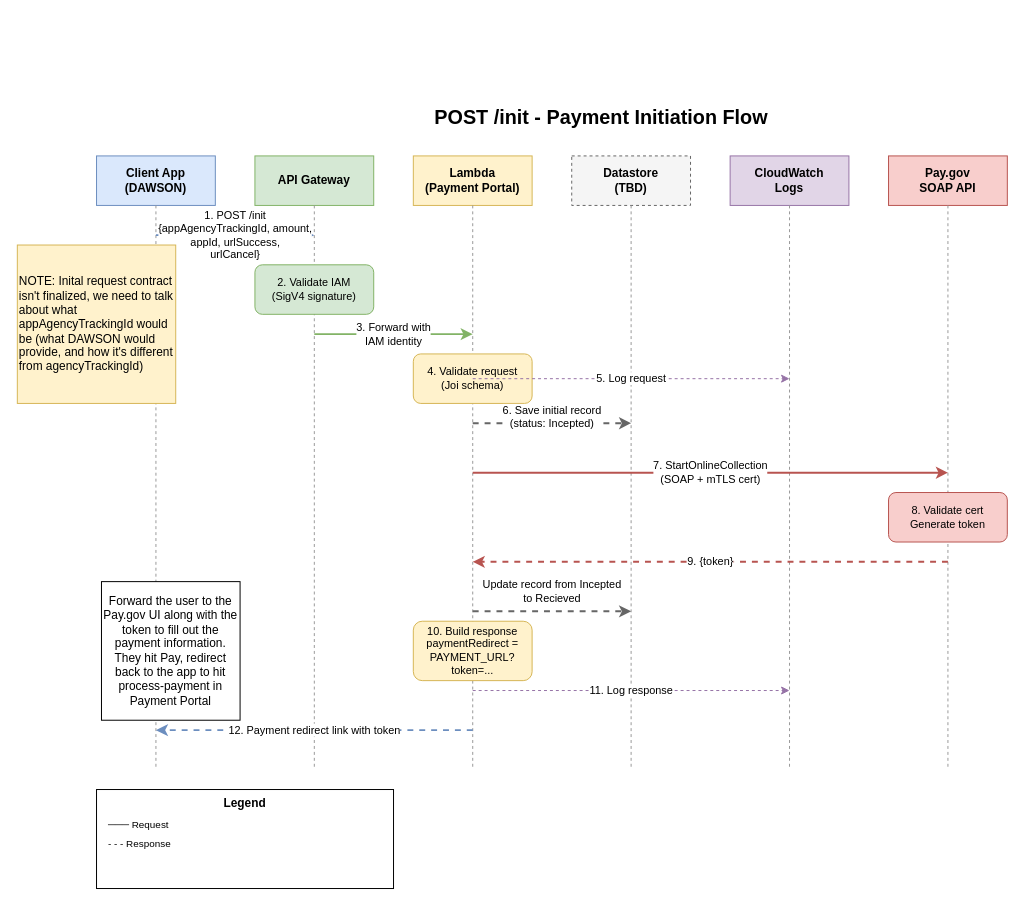
This is docs/diagrams/init-payment-flow.drawio from ustaxcourt/ustc-payment-portal, a draw.io file, before an edit. Source tidied: cells renumbered, new cells numbered last; positions are measured from the earlier drawing's top-left corner, leaving out a move shared by most shapes. Both pictures are drawn from the tidied source at 99%, with x=0, y=0 at pixel (17, 96).
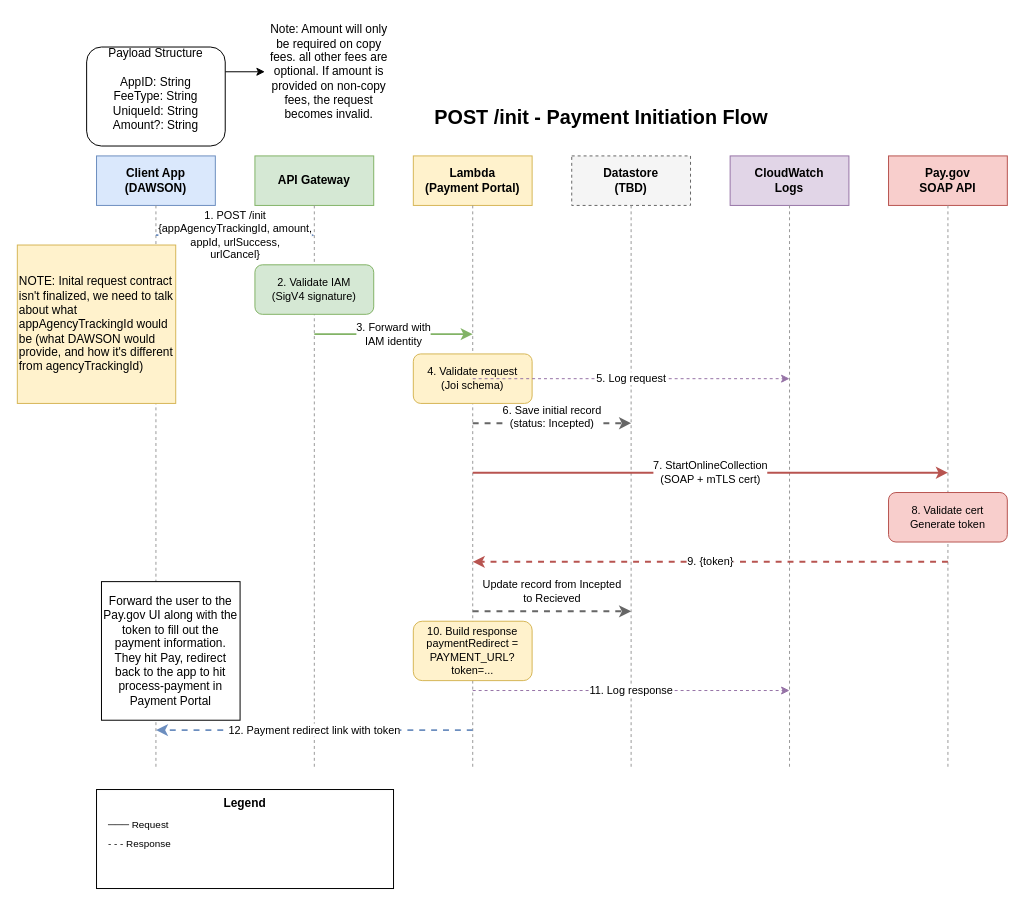
After the change.

Commit message (it also covers changes not shown here):
dynamo db option review and draw.io update

Diff of the diagram source:
```diff
@@
+    <mxCell id="33" style="edgeStyle=none;html=1;exitX=1;exitY=0.25;exitDx=0;exitDy=0;entryX=0;entryY=0.5;entryDx=0;entryDy=0;" parent="1" edge="1" source="34" target="35">
+      <mxGeometry relative="1" as="geometry" />
+    </mxCell>
+    <mxCell id="34" value="Payload Structure&lt;br&gt;&lt;div&gt;&lt;font style=&quot;color: rgb(0, 0, 0);&quot;&gt;&lt;br&gt;&lt;/font&gt;&lt;/div&gt;&lt;div&gt;&lt;font style=&quot;color: rgb(0, 0, 0);&quot;&gt;AppID: String&lt;/font&gt;&lt;div&gt;&lt;font style=&quot;color: rgb(0, 0, 0);&quot;&gt;FeeType: String&lt;/font&gt;&lt;/div&gt;&lt;div&gt;&lt;font style=&quot;color: rgb(0, 0, 0);&quot;&gt;UniqueId: String&lt;/font&gt;&lt;/div&gt;&lt;div&gt;&lt;font style=&quot;color: rgb(0, 0, 0);&quot;&gt;Amount?: String&lt;/font&gt;&lt;/div&gt;&lt;div&gt;&lt;br&gt;&lt;/div&gt;&lt;/div&gt;" style="rounded=1;whiteSpace=wrap;html=1;align=center;" parent="1" vertex="1">
+      <mxGeometry x="70" y="-50" width="140" height="100" as="geometry" />
+    </mxCell>
+    <mxCell id="35" value="Note: Amount will only be required on copy fees. all other fees are optional. If amount is provided on non-copy fees, the request becomes invalid." style="text;html=1;align=center;verticalAlign=middle;whiteSpace=wrap;rounded=0;" parent="1" vertex="1">
+      <mxGeometry x="250" y="-80" width="130" height="110" as="geometry" />
+    </mxCell>
```
